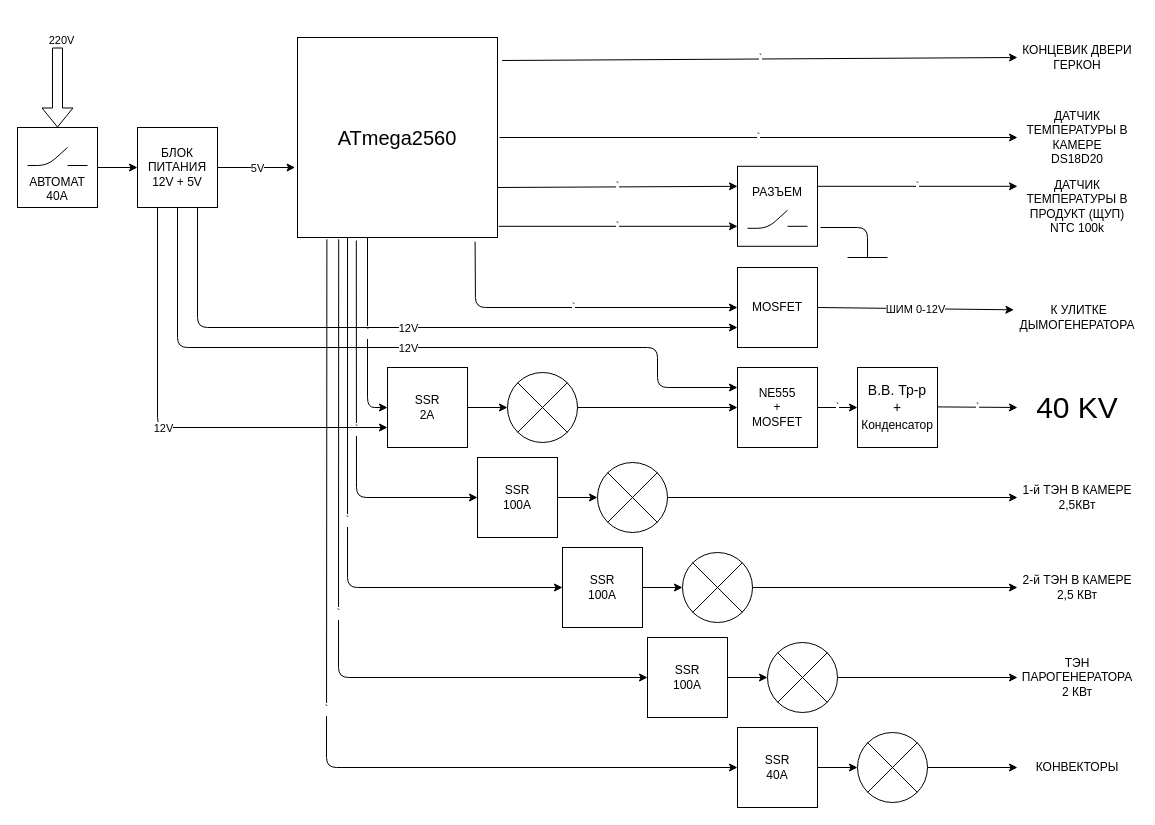
Earlier version of the draw.io diagram kopv5mk.drawio (jekavovikovich/jekavovikovich). Source tidied: cells renumbered, new cells numbered last; positions are measured from the earlier drawing's top-left corner, leaving out a move shared by most shapes. Both pictures are drawn from the tidied source at 100%, with x=0, y=0 at pixel (17, 17).
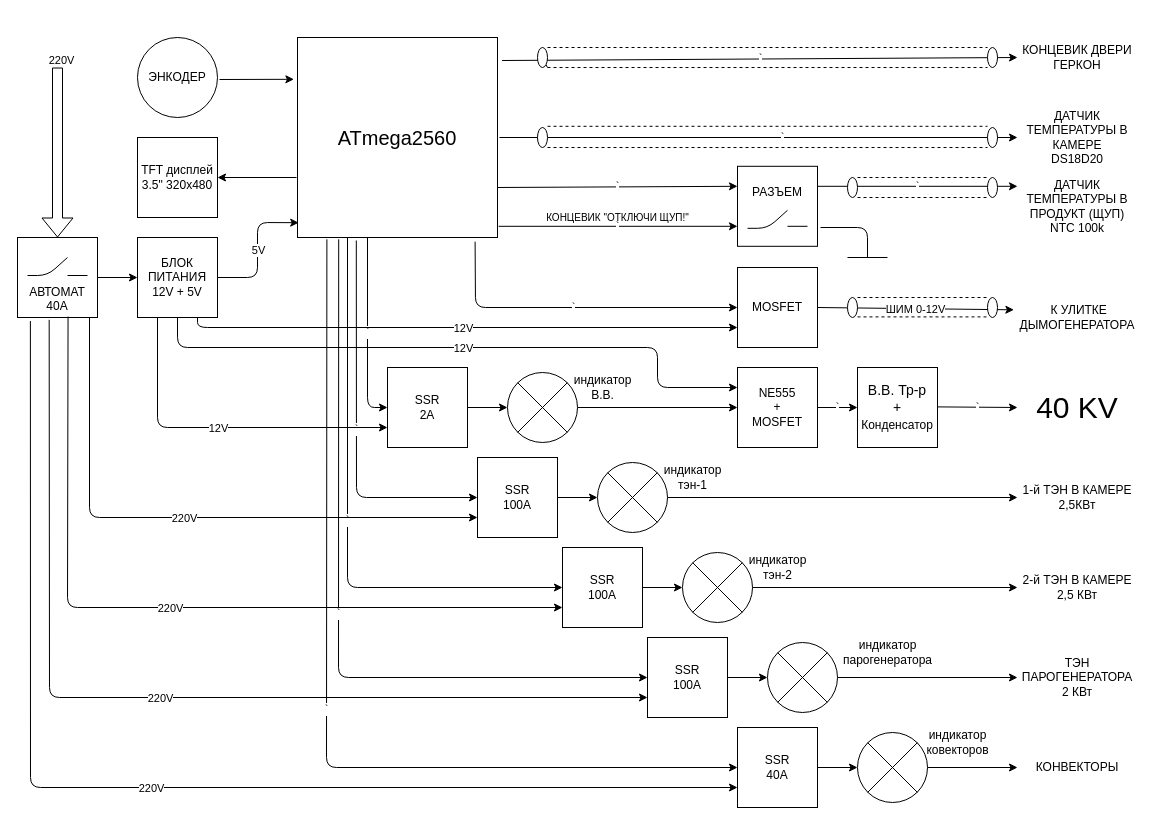
Above is the later version.

The change refers to these unchanged cells:
```xml
<mxCell id="2" value="&lt;div&gt;SSR&lt;/div&gt;&lt;div&gt;40A&lt;br&gt;&lt;/div&gt;" style="whiteSpace=wrap;html=1;" parent="1" vertex="1">
  <mxGeometry x="720" y="710" width="80" height="80" as="geometry" />
</mxCell>
<mxCell id="14" value="&lt;div&gt;SSR&lt;/div&gt;&lt;div&gt;100A&lt;br&gt;&lt;/div&gt;" style="whiteSpace=wrap;html=1;" parent="1" vertex="1">
  <mxGeometry x="630" y="620" width="80" height="80" as="geometry" />
</mxCell>
<mxCell id="18" value="&lt;div&gt;SSR&lt;/div&gt;&lt;div&gt;100A&lt;br&gt;&lt;/div&gt;" style="whiteSpace=wrap;html=1;" parent="1" vertex="1">
  <mxGeometry x="545" y="530" width="80" height="80" as="geometry" />
</mxCell>
<mxCell id="22" value="&lt;div&gt;SSR&lt;/div&gt;&lt;div&gt;100A&lt;br&gt;&lt;/div&gt;" style="whiteSpace=wrap;html=1;" parent="1" vertex="1">
  <mxGeometry x="460" y="440" width="80" height="80" as="geometry" />
</mxCell>
<mxCell id="42" value="&lt;div&gt;ДАТЧИК ТЕМПЕРАТУРЫ В КАМЕРЕ&lt;/div&gt;&lt;div&gt;DS18D20&lt;br&gt;&lt;/div&gt;" style="text;html=1;strokeColor=none;fillColor=none;align=center;verticalAlign=middle;whiteSpace=wrap;rounded=0;" parent="1" vertex="1">
  <mxGeometry x="1000" y="80" width="120" height="80" as="geometry" />
</mxCell>
<mxCell id="46" value="&lt;font style=&quot;font-size: 20px&quot;&gt;ATmega2560&lt;/font&gt;" style="whiteSpace=wrap;html=1;" parent="1" vertex="1">
  <mxGeometry x="280" y="20" width="200" height="200" as="geometry" />
</mxCell>
```

Change to the diagram source:
```diff
@@
     <mxCell id="3" value="&lt;div&gt;220V&lt;/div&gt;" style="edgeLabel;html=1;align=center;verticalAlign=middle;rotation=0;" parent="1" vertex="1">
-      <mxGeometry x="20" y="20" as="geometry">
+      <mxGeometry x="20" y="40" as="geometry">
         <mxPoint x="23" y="2" as="offset" />
       </mxGeometry>
     </mxCell>
@@
     <mxCell id="5" value="&lt;div&gt;&lt;br&gt;&lt;/div&gt;&lt;div&gt;&lt;br&gt;&lt;/div&gt;&lt;div&gt;&lt;br&gt;&lt;/div&gt;&lt;div&gt;АВТОМАТ&lt;/div&gt;&lt;div&gt;40А&lt;br&gt;&lt;/div&gt;" style="whiteSpace=wrap;html=1;" parent="1" vertex="1">
-      <mxGeometry y="110" width="80" height="80" as="geometry" />
+      <mxGeometry y="220" width="80" height="80" as="geometry" />
     </mxCell>
     <mxCell id="6" style="endArrow=none;html=1;" parent="1" edge="1">
       <mxGeometry relative="1" as="geometry">
-        <mxPoint x="10" y="148" as="sourcePoint" />
-        <mxPoint x="50" y="130" as="targetPoint" />
+        <mxPoint x="10" y="258" as="sourcePoint" />
+        <mxPoint x="50" y="240" as="targetPoint" />
         <Array as="points">
-          <mxPoint x="30" y="148" />
+          <mxPoint x="30" y="258" />
         </Array>
       </mxGeometry>
     </mxCell>
     <mxCell id="7" style="endArrow=none;html=1;" parent="1" edge="1">
       <mxGeometry relative="1" as="geometry">
-        <mxPoint x="50" y="148" as="sourcePoint" />
-        <mxPoint x="70" y="148" as="targetPoint" />
+        <mxPoint x="50" y="258" as="sourcePoint" />
+        <mxPoint x="70" y="258" as="targetPoint" />
       </mxGeometry>
     </mxCell>
     <mxCell id="8" value="&lt;div&gt;БЛОК ПИТАНИЯ 12V + 5V&lt;/div&gt;" style="whiteSpace=wrap;html=1;" parent="1" vertex="1">
-      <mxGeometry x="120" y="110" width="80" height="80" as="geometry" />
+      <mxGeometry x="120" y="220" width="80" height="80" as="geometry" />
     </mxCell>
@@
-    <mxCell id="47" value="`" style="endArrow=classic;html=1;entryX=0;entryY=0.5;entryDx=0;entryDy=0;" parent="1" edge="1" target="42">
-      <mxGeometry relative="1" as="geometry">
-        <mxPoint x="482" y="120" as="sourcePoint" />
-      </mxGeometry>
+    <mxCell id="47" value="`" style="endArrow=classic;html=1;entryX=0;entryY=0.5;entryDx=0;entryDy=0;startArrow=none;" parent="1" edge="1" source="91" target="42">
+      <mxGeometry relative="1" as="geometry" />
     </mxCell>
@@
-    <mxCell id="58" style="endArrow=classic;html=1;exitX=1;exitY=0.5;exitDx=0;exitDy=0;entryX=-0.012;entryY=0.65;entryDx=0;entryDy=0;entryPerimeter=0;" parent="1" edge="1" source="8" target="46">
-      <mxGeometry relative="1" as="geometry" />
+    <mxCell id="58" style="endArrow=classic;html=1;exitX=1;exitY=0.5;exitDx=0;exitDy=0;entryX=0.006;entryY=0.926;entryDx=0;entryDy=0;entryPerimeter=0;" parent="1" edge="1" source="8" target="46">
+      <mxGeometry relative="1" as="geometry">
+        <Array as="points">
+          <mxPoint x="240" y="260" />
+          <mxPoint x="240" y="205" />
+        </Array>
+      </mxGeometry>
     </mxCell>
@@
     <mxCell id="68" style="shape=flexArrow;endArrow=classic;html=1;entryX=0.5;entryY=0;entryDx=0;entryDy=0;" parent="1" edge="1" target="5">
       <mxGeometry relative="1" as="geometry">
-        <mxPoint x="40" y="30" as="sourcePoint" />
+        <mxPoint x="40" y="50" as="sourcePoint" />
       </mxGeometry>
     </mxCell>
@@
+    <mxCell id="70" style="endArrow=classic;html=1;entryX=0;entryY=0.75;entryDx=0;entryDy=0;exitX=0.396;exitY=1.029;exitDx=0;exitDy=0;exitPerimeter=0;" parent="1" edge="1" source="5" target="14">
+      <mxGeometry relative="1" as="geometry">
+        <Array as="points">
+          <mxPoint x="32" y="680" />
+        </Array>
+      </mxGeometry>
+    </mxCell>
+    <mxCell id="71" value="220V" style="edgeLabel;html=1;align=center;verticalAlign=middle;" parent="70" vertex="1">
+      <mxGeometry relative="1" as="geometry" />
+    </mxCell>
+    <mxCell id="72" style="endArrow=classic;html=1;entryX=0;entryY=0.75;entryDx=0;entryDy=0;exitX=0.9;exitY=1;exitDx=0;exitDy=0;exitPerimeter=0;" parent="1" edge="1" source="5" target="22">
+      <mxGeometry relative="1" as="geometry">
+        <Array as="points">
+          <mxPoint x="72" y="500" />
+        </Array>
+      </mxGeometry>
+    </mxCell>
+    <mxCell id="73" value="220V" style="edgeLabel;html=1;align=center;verticalAlign=middle;" parent="72" vertex="1">
+      <mxGeometry relative="1" as="geometry" />
+    </mxCell>
+    <mxCell id="74" style="endArrow=classic;html=1;entryX=0;entryY=0.75;entryDx=0;entryDy=0;exitX=0.632;exitY=0.989;exitDx=0;exitDy=0;exitPerimeter=0;" parent="1" edge="1" source="5" target="18">
+      <mxGeometry relative="1" as="geometry">
+        <Array as="points">
+          <mxPoint x="50" y="590" />
+        </Array>
+      </mxGeometry>
+    </mxCell>
+    <mxCell id="75" value="220V" style="edgeLabel;html=1;align=center;verticalAlign=middle;" parent="74" vertex="1">
+      <mxGeometry relative="1" as="geometry" />
+    </mxCell>
+    <mxCell id="76" style="endArrow=classic;html=1;entryX=0;entryY=0.75;entryDx=0;entryDy=0;exitX=0.161;exitY=1.044;exitDx=0;exitDy=0;exitPerimeter=0;" parent="1" edge="1" source="5" target="2">
+      <mxGeometry relative="1" as="geometry">
+        <Array as="points">
+          <mxPoint x="13" y="770" />
+        </Array>
+      </mxGeometry>
+    </mxCell>
+    <mxCell id="77" value="220V" style="edgeLabel;html=1;align=center;verticalAlign=middle;" parent="76" vertex="1">
+      <mxGeometry relative="1" as="geometry" />
+    </mxCell>
+    <mxCell id="78" style="endArrow=none;dashed=1;html=1;startArrow=none;" parent="1" edge="1">
+      <mxGeometry relative="1" as="geometry">
+        <mxPoint x="530" y="50" as="sourcePoint" />
+        <mxPoint x="970" y="50" as="targetPoint" />
+      </mxGeometry>
+    </mxCell>
+    <mxCell id="79" style="endArrow=none;dashed=1;html=1;" parent="1" edge="1">
+      <mxGeometry relative="1" as="geometry">
+        <mxPoint x="530" y="30" as="sourcePoint" />
+        <mxPoint x="970" y="30" as="targetPoint" />
+      </mxGeometry>
+    </mxCell>
+    <mxCell id="80" style="endArrow=none;dashed=1;html=1;" parent="1" edge="1">
+      <mxGeometry relative="1" as="geometry">
+        <mxPoint x="530" y="108.8" as="sourcePoint" />
+        <mxPoint x="970" y="108.8" as="targetPoint" />
+      </mxGeometry>
+    </mxCell>
+    <mxCell id="81" style="endArrow=none;dashed=1;html=1;" parent="1" edge="1">
+      <mxGeometry relative="1" as="geometry">
+        <mxPoint x="530" y="130" as="sourcePoint" />
+        <mxPoint x="970" y="130" as="targetPoint" />
+      </mxGeometry>
+    </mxCell>
+    <mxCell id="82" style="endArrow=none;dashed=1;html=1;" parent="1" edge="1">
+      <mxGeometry relative="1" as="geometry">
+        <mxPoint x="840" y="280" as="sourcePoint" />
+        <mxPoint x="970" y="280" as="targetPoint" />
+      </mxGeometry>
+    </mxCell>
+    <mxCell id="83" style="endArrow=none;dashed=1;html=1;" parent="1" edge="1">
+      <mxGeometry relative="1" as="geometry">
+        <mxPoint x="840" y="299.4" as="sourcePoint" />
+        <mxPoint x="970" y="299.4" as="targetPoint" />
+      </mxGeometry>
+    </mxCell>
+    <mxCell id="84" style="ellipse;whiteSpace=wrap;html=1;" parent="1" vertex="1">
+      <mxGeometry x="830" y="160" width="10" height="20" as="geometry" />
+    </mxCell>
+    <mxCell id="85" style="endArrow=none;dashed=1;html=1;" parent="1" edge="1">
+      <mxGeometry relative="1" as="geometry">
+        <mxPoint x="530" y="50" as="sourcePoint" />
+        <mxPoint x="528.5" y="47.1" as="targetPoint" />
+      </mxGeometry>
+    </mxCell>
+    <mxCell id="86" style="ellipse;whiteSpace=wrap;html=1;" parent="1" vertex="1">
+      <mxGeometry x="520" y="30" width="10" height="20" as="geometry" />
+    </mxCell>
+    <mxCell id="87" style="ellipse;whiteSpace=wrap;html=1;" parent="1" vertex="1">
+      <mxGeometry x="970" y="30" width="10" height="20" as="geometry" />
+    </mxCell>
+    <mxCell id="88" style="ellipse;whiteSpace=wrap;html=1;" parent="1" vertex="1">
+      <mxGeometry x="830" y="280" width="10" height="20" as="geometry" />
+    </mxCell>
+    <mxCell id="89" style="ellipse;whiteSpace=wrap;html=1;" parent="1" vertex="1">
+      <mxGeometry x="970" y="280" width="10" height="20" as="geometry" />
+    </mxCell>
+    <mxCell id="90" style="ellipse;whiteSpace=wrap;html=1;" parent="1" vertex="1">
+      <mxGeometry x="970" y="110" width="10" height="20" as="geometry" />
+    </mxCell>
+    <mxCell id="91" style="ellipse;whiteSpace=wrap;html=1;" parent="1" vertex="1">
+      <mxGeometry x="520" y="110" width="10" height="20" as="geometry" />
+    </mxCell>
+    <mxCell id="92" style="endArrow=none;html=1;entryX=0;entryY=0.5;entryDx=0;entryDy=0;" parent="1" edge="1" target="91">
+      <mxGeometry relative="1" as="geometry">
+        <mxPoint x="482" y="120" as="sourcePoint" />
+      </mxGeometry>
+    </mxCell>
+    <mxCell id="93" style="endArrow=none;dashed=1;html=1;" parent="1" edge="1">
+      <mxGeometry relative="1" as="geometry">
+        <mxPoint x="840" y="180" as="sourcePoint" />
+        <mxPoint x="970" y="180" as="targetPoint" />
+      </mxGeometry>
+    </mxCell>
+    <mxCell id="94" style="endArrow=none;dashed=1;html=1;" parent="1" edge="1">
+      <mxGeometry relative="1" as="geometry">
+        <mxPoint x="840" y="160" as="sourcePoint" />
+        <mxPoint x="970" y="160" as="targetPoint" />
+      </mxGeometry>
+    </mxCell>
+    <mxCell id="95" style="ellipse;whiteSpace=wrap;html=1;" parent="1" vertex="1">
+      <mxGeometry x="970" y="160" width="10" height="20" as="geometry" />
+    </mxCell>
+    <mxCell id="96" value="&lt;div style=&quot;font-size: 10px&quot;&gt;&lt;font style=&quot;font-size: 10px&quot;&gt;КОНЦЕВИК &quot;ОТКЛЮЧИ ЩУП!&quot;&lt;/font&gt;&lt;/div&gt;" style="text;html=1;align=center;verticalAlign=middle;strokeColor=none;" parent="1" vertex="1">
+      <mxGeometry x="520" y="190" width="160" height="20" as="geometry" />
+    </mxCell>
+    <mxCell id="97" value="&lt;div&gt;индикатор&lt;/div&gt;&lt;div&gt;В.В.&lt;/div&gt;" style="text;html=1;align=center;verticalAlign=middle;strokeColor=none;" parent="1" vertex="1">
+      <mxGeometry x="550" y="355" width="70" height="30" as="geometry" />
+    </mxCell>
+    <mxCell id="98" value="&lt;div&gt;индикатор&lt;/div&gt;&lt;div&gt;тэн-1&lt;/div&gt;" style="text;html=1;align=center;verticalAlign=middle;strokeColor=none;" parent="1" vertex="1">
+      <mxGeometry x="640" y="445" width="70" height="30" as="geometry" />
+    </mxCell>
+    <mxCell id="99" value="&lt;div&gt;индикатор&lt;/div&gt;&lt;div&gt;тэн-2&lt;/div&gt;" style="text;html=1;align=center;verticalAlign=middle;strokeColor=none;" parent="1" vertex="1">
+      <mxGeometry x="725" y="535" width="70" height="30" as="geometry" />
+    </mxCell>
+    <mxCell id="100" value="&lt;div&gt;индикатор&lt;/div&gt;&lt;div&gt;парогенератора&lt;br&gt;&lt;/div&gt;" style="text;html=1;align=center;verticalAlign=middle;strokeColor=none;" parent="1" vertex="1">
+      <mxGeometry x="820" y="620" width="100" height="30" as="geometry" />
+    </mxCell>
+    <mxCell id="101" value="&lt;div&gt;индикатор&lt;/div&gt;&lt;div&gt;ковекторов&lt;br&gt;&lt;/div&gt;" style="text;html=1;align=center;verticalAlign=middle;strokeColor=none;" parent="1" vertex="1">
+      <mxGeometry x="900" y="710" width="80" height="30" as="geometry" />
+    </mxCell>
+    <mxCell id="102" style="endArrow=classic;html=1;entryX=-0.018;entryY=0.209;entryDx=0;entryDy=0;entryPerimeter=0;" parent="1" edge="1" target="46">
+      <mxGeometry relative="1" as="geometry">
+        <mxPoint x="202" y="62" as="sourcePoint" />
+      </mxGeometry>
+    </mxCell>
+    <mxCell id="103" value="ЭНКОДЕР" style="ellipse;whiteSpace=wrap;html=1;" parent="1" vertex="1">
+      <mxGeometry x="120" y="20" width="80" height="80" as="geometry" />
+    </mxCell>
+    <mxCell id="104" value="&lt;span style=&quot;font-family: &amp;#34;arial&amp;#34;&quot;&gt;TFT дисплей 3.5&quot; 320х480 &lt;/span&gt;" style="whiteSpace=wrap;html=1;" parent="1" vertex="1">
+      <mxGeometry x="120" y="120" width="80" height="80" as="geometry" />
+    </mxCell>
+    <mxCell id="105" style="endArrow=classic;html=1;" parent="1" edge="1">
+      <mxGeometry relative="1" as="geometry">
+        <mxPoint x="279" y="160" as="sourcePoint" />
+        <mxPoint x="200" y="160" as="targetPoint" />
+      </mxGeometry>
+    </mxCell>
```
